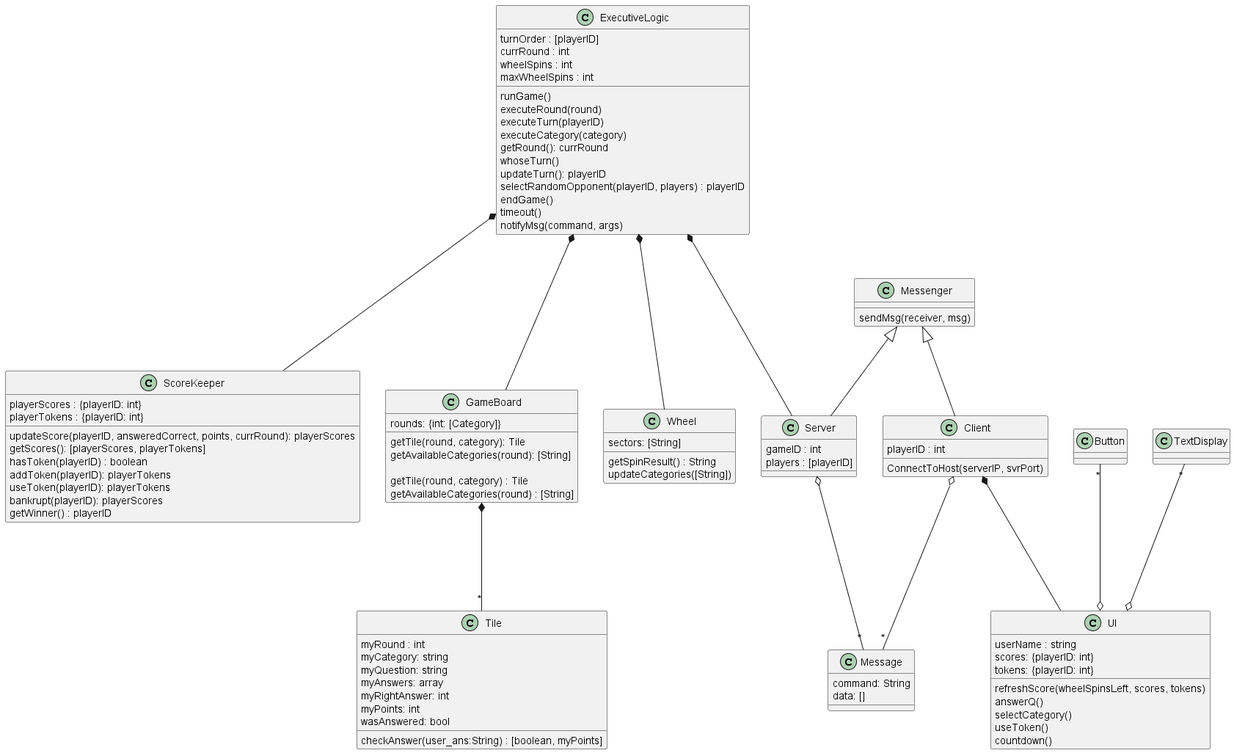
Before: out/diagrams/class-diag-plantuml/Wheel of Jeopardy.png, a diagram exported from PlantUML (poszy/def_spinit_project). Source of this version:
```plantuml
@startuml Wheel of Jeopardy

 class ExecutiveLogic {
    turnOrder : [playerID]
    currRound : int
    wheelSpins : int
    maxWheelSpins : int

    runGame()
    executeRound(round)
    executeTurn(playerID)
    executeCategory(category)
    getRound(): currRound
    whoseTurn()
    updateTurn(): playerID
    selectRandomOpponent(playerID, players) : playerID
    endGame()
    timeout()
    notifyMsg(command, args)
 }


 class ScoreKeeper {
    playerScores : {playerID: int}
    playerTokens : {playerID: int}

    updateScore(playerID, answeredCorrect, points, currRound): playerScores
    getScores(): [playerScores, playerTokens]
    hasToken(playerID) : boolean
    addToken(playerID): playerTokens
    useToken(playerID): playerTokens
    bankrupt(playerID): playerScores
    getWinner() : playerID

 }
  class GameBoard {
    rounds: {int: [Category]}

    getTile(round, category): Tile
    getAvailableCategories(round): [String]
 }

 class Tile {
    myRound : int
    myCategory: string
    myQuestion: string
    myAnswers: array
    myRightAnswer: int
    myPoints: int
    wasAnswered: bool

    checkAnswer(user_ans:String) : [boolean, myPoints]
 }


 class Wheel {
    sectors: [String]

    getSpinResult() : String
    updateCategories([String])
 }


  class UI {
    userName : string
    scores: {playerID: int}
    tokens: {playerID: int}


    refreshScore(wheelSpinsLeft, scores, tokens)
    answerQ()
    selectCategory()
    useToken()
    countdown()
 }

 class Button
 class TextDisplay

  class Messenger {
    sendMsg(receiver, msg)
 }

  class Server {
    gameID : int
    players : [playerID]

 }

  class Client {
  playerID : int
  ConnectToHost(serverIP, svrPort)
 }

 class GameBoard {

   getTile(round, category) : Tile
   getAvailableCategories(round) : [String]
 }

  class Message {
   command: String
   data: []
 }

Messenger <|-- Server
Messenger <|-- Client

Client *--- UI /' composition '/

Client o--- "*" Message /' aggregation '/
Server o--- "*" Message /' aggregation '/

ExecutiveLogic *--- Wheel
ExecutiveLogic *--- ScoreKeeper
ExecutiveLogic *--- GameBoard
ExecutiveLogic *--- Server

Button "*" ---o UI /' aggregation '/
TextDisplay "*" ---o UI /' aggregation '/

GameBoard *--- "*" Tile /' composition '/


@enduml
```
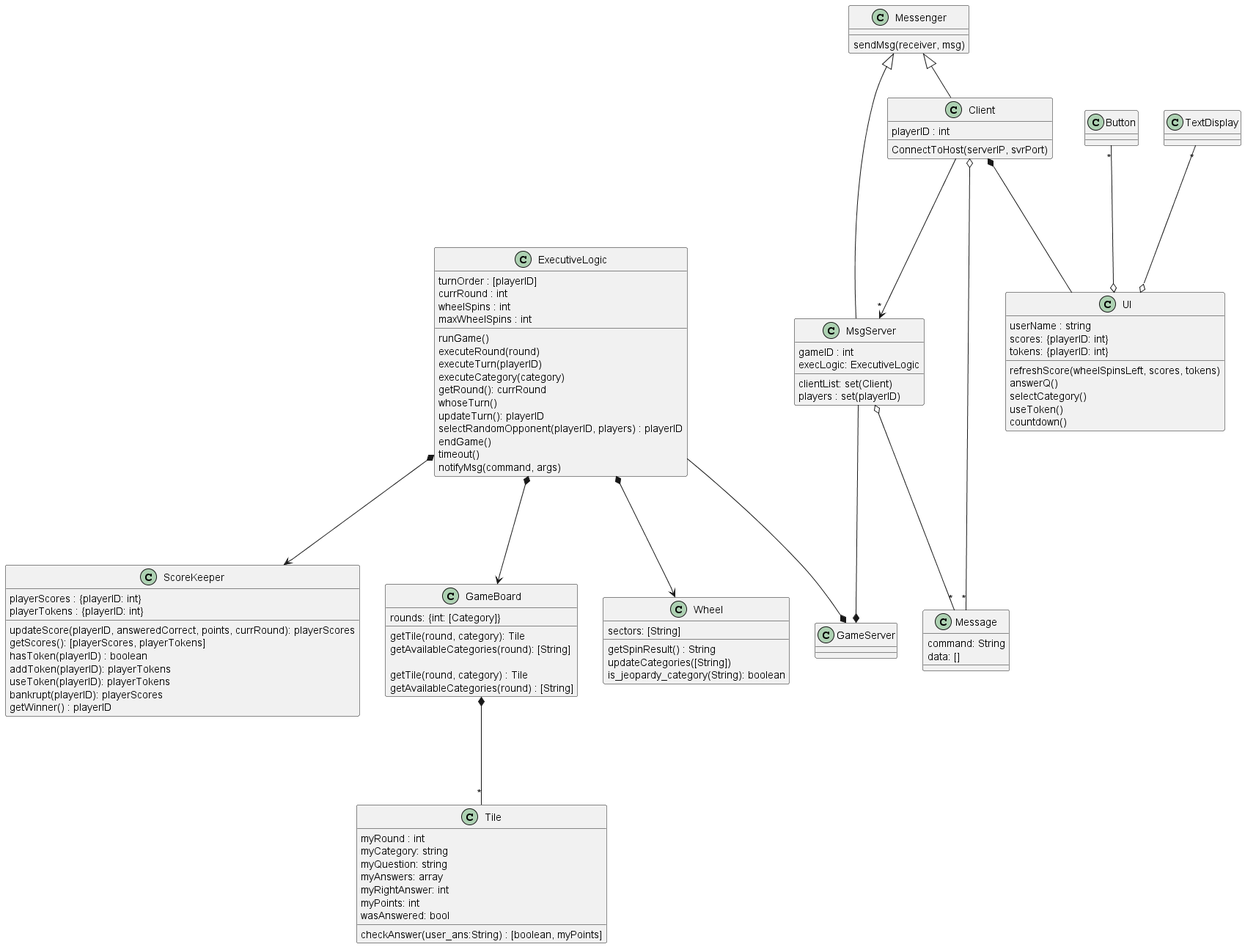
Above is the later version.

Diff of the diagram source:
```diff
@@ -58,6 +58,7 @@
 
     getSpinResult() : String
     updateCategories([String])
+    is_jeopardy_category(String): boolean
  }
 
 
@@ -81,9 +82,16 @@
     sendMsg(receiver, msg)
  }
 
-  class Server {
+  class MsgServer {
     gameID : int
-    players : [playerID]
+    execLogic: ExecutiveLogic
+    clientList: set(Client)
+    players : set(playerID)
+
+ }
+
+   class GameServer {
+
 
  }
 
@@ -103,18 +111,23 @@
    data: []
  }
 
-Messenger <|-- Server
+Messenger <|-- MsgServer
 Messenger <|-- Client
 
 Client *--- UI /' composition '/
 
 Client o--- "*" Message /' aggregation '/
-Server o--- "*" Message /' aggregation '/
+MsgServer o--- "*" Message /' aggregation '/
 
-ExecutiveLogic *--- Wheel
-ExecutiveLogic *--- ScoreKeeper
-ExecutiveLogic *--- GameBoard
-ExecutiveLogic *--- Server
+Client ---> "*" MsgServer /' aggregation '/
+
+
+ExecutiveLogic *---> Wheel
+ExecutiveLogic *---> ScoreKeeper
+ExecutiveLogic *---> GameBoard
+ExecutiveLogic ---* GameServer
+MsgServer ---* GameServer
+
 
 Button "*" ---o UI /' aggregation '/
 TextDisplay "*" ---o UI /' aggregation '/
```
